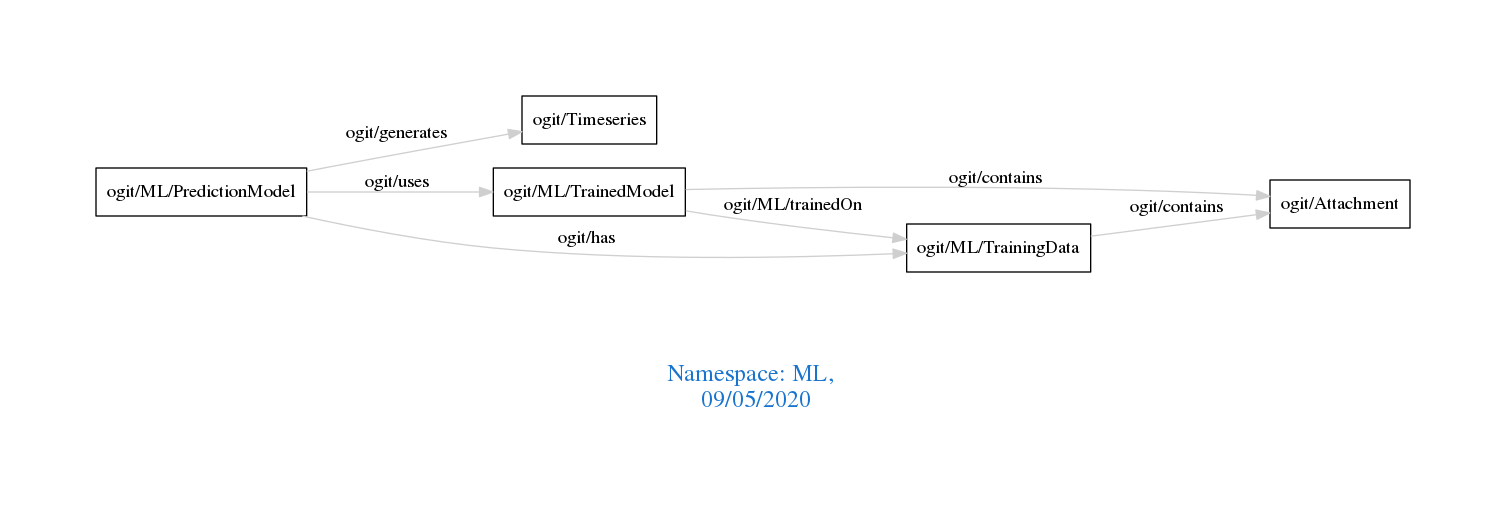
This is downloads/ML.png from arago/OGIT, a Graphviz export, as it was before one commit. Its source is kept beside it as downloads/ML.dot.
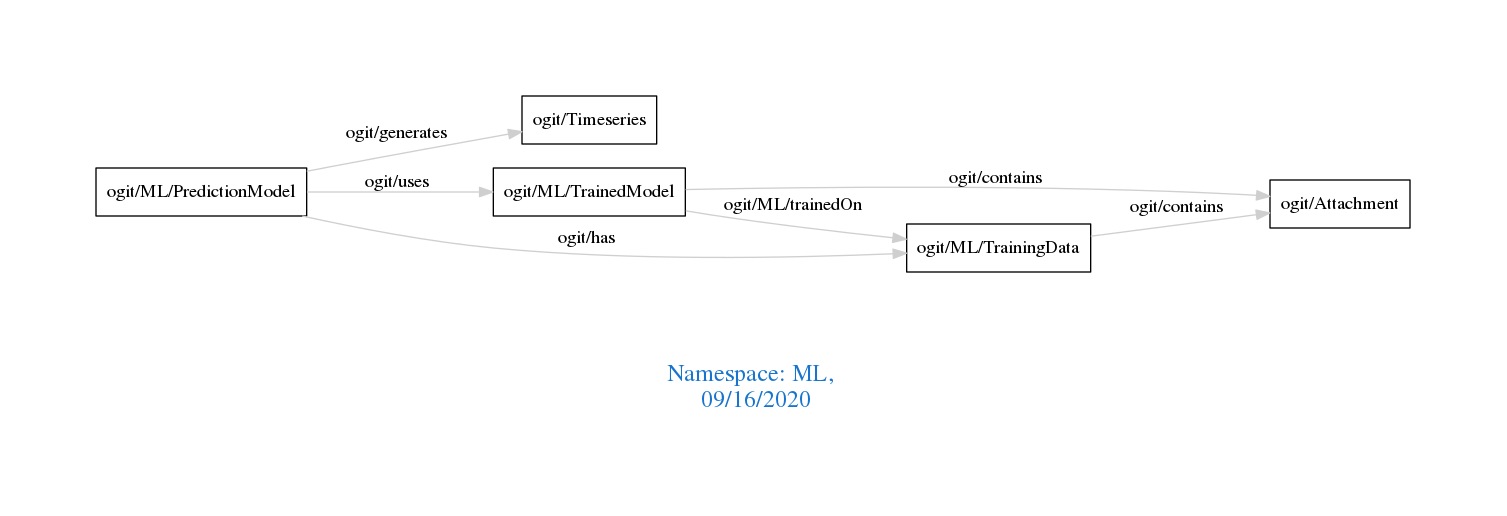
Above is the later version.

The edit, as a diff of the source:
```diff
@@ -1,7 +1,7 @@
 digraph OGIT_ontology {
  graph [ rankdir= LR,pad=1
 fontsize = 18,
-fontcolor= dodgerblue3,label = "\n\n\nNamespace: ML, \n 09/05/2020"];
+fontcolor= dodgerblue3,label = "\n\n\nNamespace: ML, \n 09/16/2020"];
 node[shape=polygon];
 edge [  color="gray81"];
 
```
